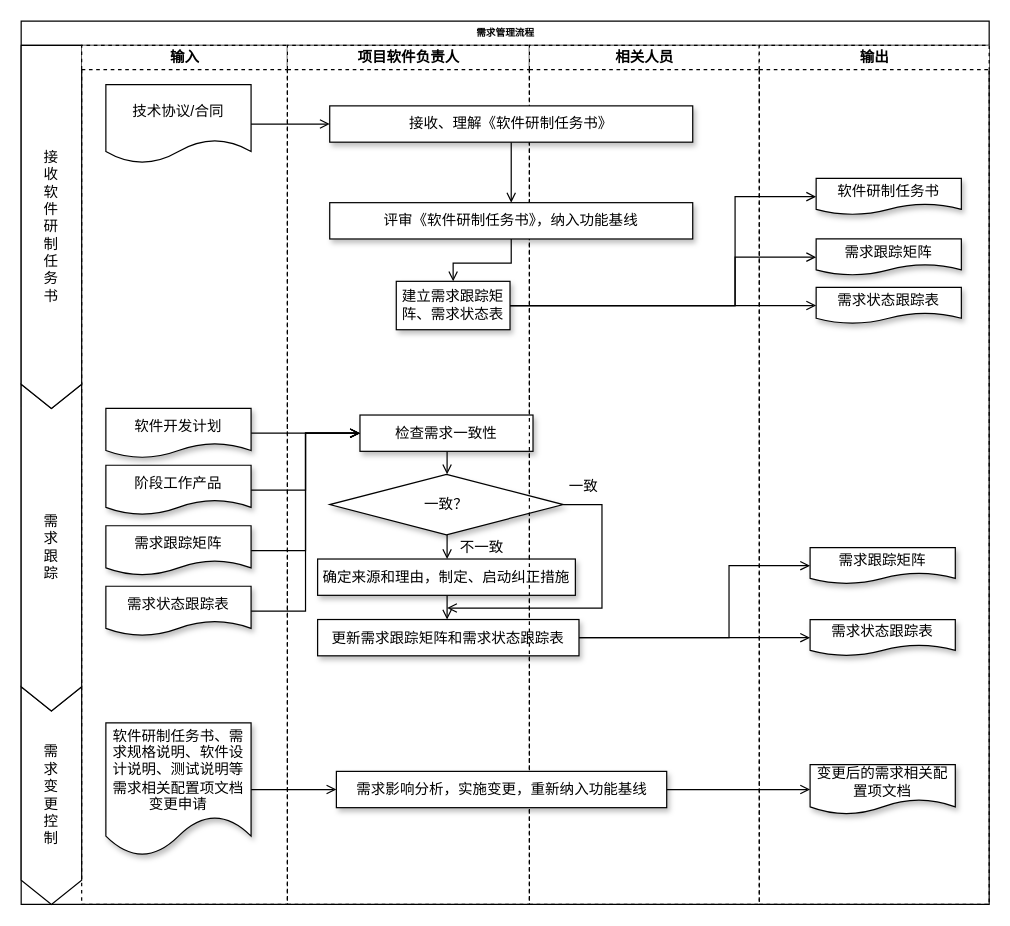
Earlier version of the draw.io diagram 国军标5000A-文审-软件需求管理过程域2.drawio (ColonelDarcy2018/excelsior). Source tidied: cells renumbered, new cells numbered last; positions are measured from the earlier drawing's top-left corner, leaving out a move shared by most shapes. Both pictures are drawn from the tidied source at 121%, with x=0, y=0 at pixel (21, 21).
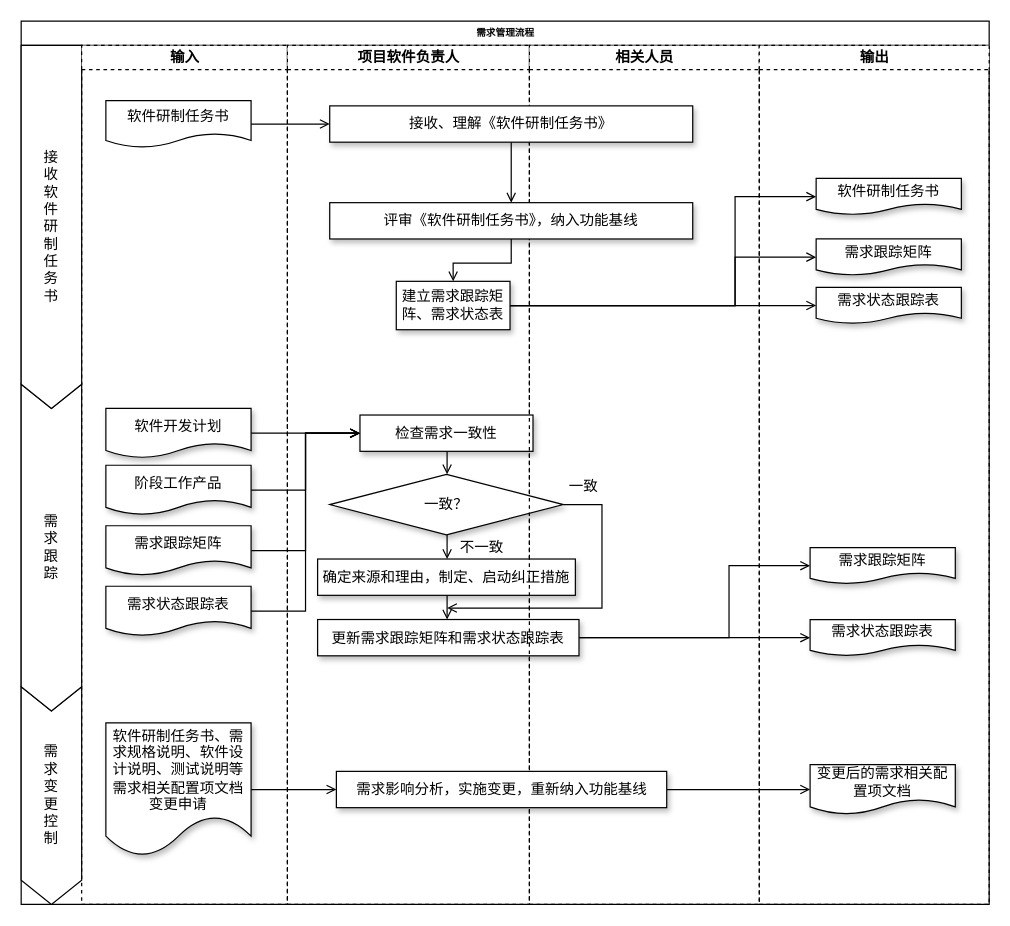
The same page after the edit.

Commit message:
Update 国军标5000A-文审-软件需求管理过程域2.drawio

Unchanged cells that the change refers to:
```xml
<mxCell id="13" value="输入" style="swimlane;html=1;startSize=20;dashed=1;" parent="2" vertex="1">
  <mxGeometry x="50" y="20" width="170" height="710" as="geometry" />
</mxCell>
```

The edit, as a diff of the source:
```diff
@@
-    <mxCell id="14" value="技术协议/合同" style="shape=document;whiteSpace=wrap;html=1;boundedLbl=1;fontSize=12;" parent="13" vertex="1">
-      <mxGeometry x="20" y="32.5" width="120" height="65" as="geometry" />
+    <mxCell id="14" value="软件研制任务书" style="shape=document;whiteSpace=wrap;html=1;boundedLbl=1;fontSize=12;" parent="13" vertex="1">
+      <mxGeometry x="20" y="45.6" width="120" height="38.8" as="geometry" />
     </mxCell>
```
